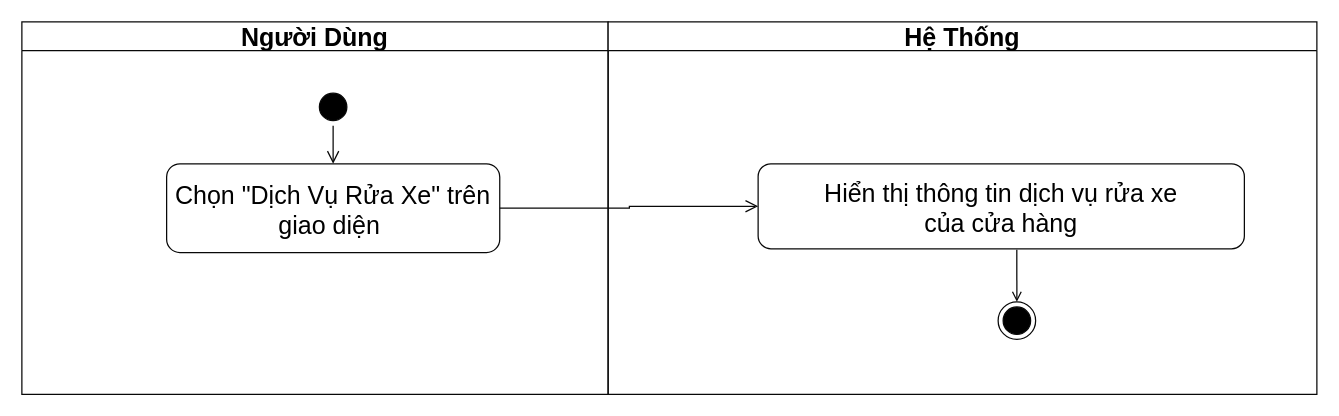
This is page "XemDVRX" (7 of 30) of SODO/HoatDong/hoatdong.drawio from khuevotan/TaiCamRanh_DATN, a draw.io file, before an edit. Source tidied: cells renumbered, new cells numbered last; positions are measured from the earlier drawing's top-left corner, leaving out a move shared by most shapes. Both pictures are drawn from the tidied source at 125%, with x=0, y=0 at pixel (21, 21).
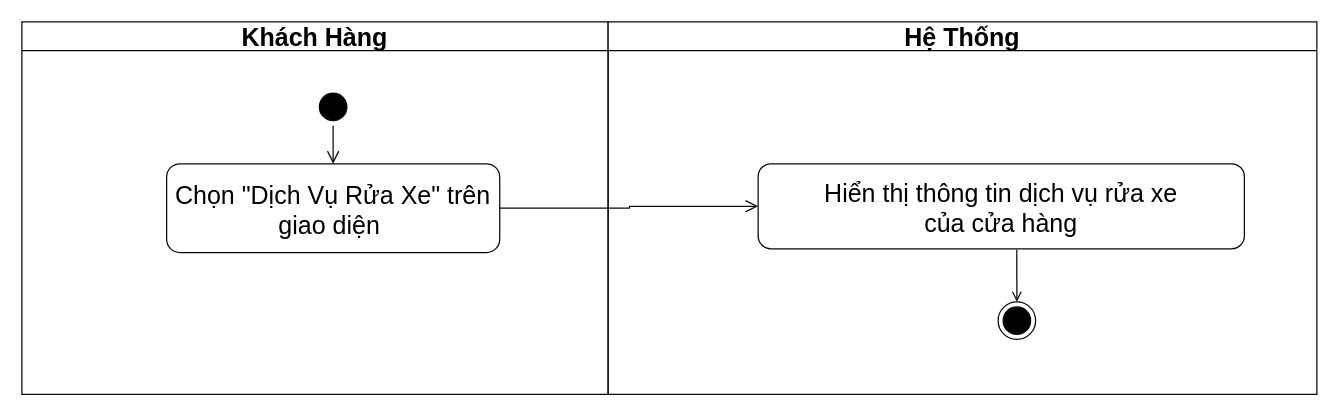
The same page after the edit.

Diff of the diagram source:
```diff
@@
 <mxGraphModel>
   <root>
     <mxCell id="0" />
     <mxCell id="1" parent="0" />
-    <mxCell id="2" value="Người Dùng" style="swimlane;whiteSpace=wrap;strokeColor=#080808;fontSize=20;" parent="1" vertex="1">
+    <mxCell id="2" value="Khách Hàng" style="swimlane;whiteSpace=wrap;strokeColor=#080808;fontSize=20;" parent="1" vertex="1">
       <mxGeometry width="469" height="298" as="geometry" />
     </mxCell>
     <mxCell id="3" style="ellipse;shape=startState;fillColor=#000000;strokeColor=#080808;fontSize=20;" parent="2" vertex="1">
       <mxGeometry x="234" y="53" width="30" height="30" as="geometry" />
     </mxCell>
     <mxCell id="4" style="edgeStyle=elbowEdgeStyle;elbow=horizontal;verticalAlign=bottom;endArrow=open;endSize=8;strokeColor=#080808;endFill=1;rounded=0;fontSize=20;" parent="2" edge="1" source="3" target="5">
       <mxGeometry x="100" y="40" as="geometry" />
     </mxCell>
     <mxCell id="5" value="Chọn &quot;Dịch Vụ Rửa Xe&quot; trên &#10;giao diện " style="strokeColor=#080808;rounded=1;fontSize=20;" parent="2" vertex="1">
       <mxGeometry x="115.8" y="113.5" width="266.5" height="71" as="geometry" />
     </mxCell>
     <mxCell id="6" value="Hệ Thống" style="swimlane;whiteSpace=wrap;strokeColor=#080808;fontSize=20;" parent="1" vertex="1">
       <mxGeometry x="469" width="567" height="298" as="geometry" />
     </mxCell>
     <mxCell id="7" style="ellipse;shape=endState;fillColor=#000000;strokeColor=#080808;fontSize=20;" parent="6" vertex="1">
       <mxGeometry x="312" y="224" width="30" height="30" as="geometry" />
     </mxCell>
     <mxCell id="8" value="Hiển thị thông tin dịch vụ rửa xe &#10;của cửa hàng" style="strokeColor=#080808;rounded=1;fontSize=20;" parent="6" vertex="1">
       <mxGeometry x="120" y="113.5" width="389" height="68" as="geometry" />
     </mxCell>
     <mxCell id="9" style="edgeStyle=none;strokeColor=#080808;endArrow=open;endFill=1;rounded=0;fontSize=20;entryX=0.5;entryY=0;entryDx=0;entryDy=0;exitX=0.532;exitY=1.012;exitDx=0;exitDy=0;exitPerimeter=0;" parent="6" edge="1" source="8" target="7">
       <mxGeometry relative="1" as="geometry" />
     </mxCell>
     <mxCell id="10" style="edgeStyle=elbowEdgeStyle;elbow=horizontal;verticalAlign=bottom;endArrow=open;endSize=8;strokeColor=#080808;endFill=1;rounded=0;fontSize=20;entryX=0;entryY=0.5;entryDx=0;entryDy=0;exitX=1;exitY=0.5;exitDx=0;exitDy=0;" parent="1" edge="1" source="5" target="8">
       <mxGeometry x="110" y="50" as="geometry" />
     </mxCell>
   </root>
 </mxGraphModel>
```
